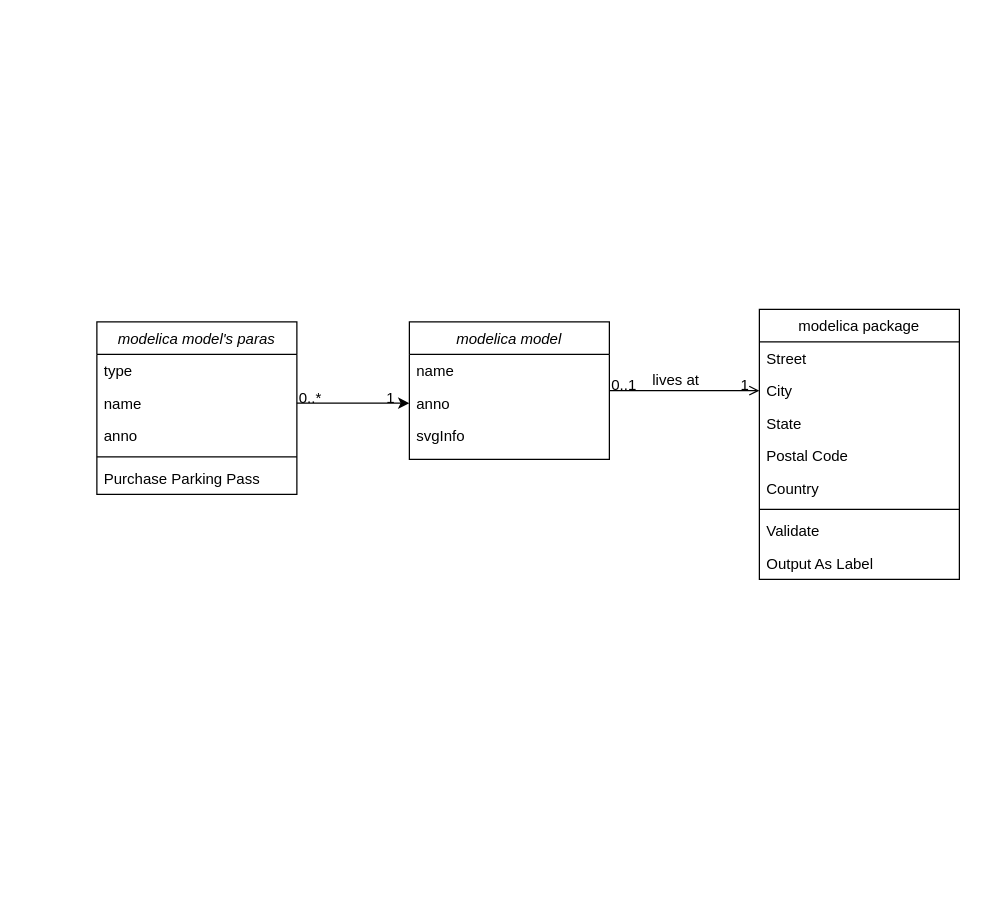
This is designInfo/未命名绘图.drawio from logic233/gojs-react-complex, a draw.io file, before an edit. Source tidied: cells renumbered, new cells numbered last; positions are measured from the earlier drawing's top-left corner, leaving out a move shared by most shapes. Both pictures are drawn from the tidied source at 125%, with x=0, y=0 at pixel (96, 309).
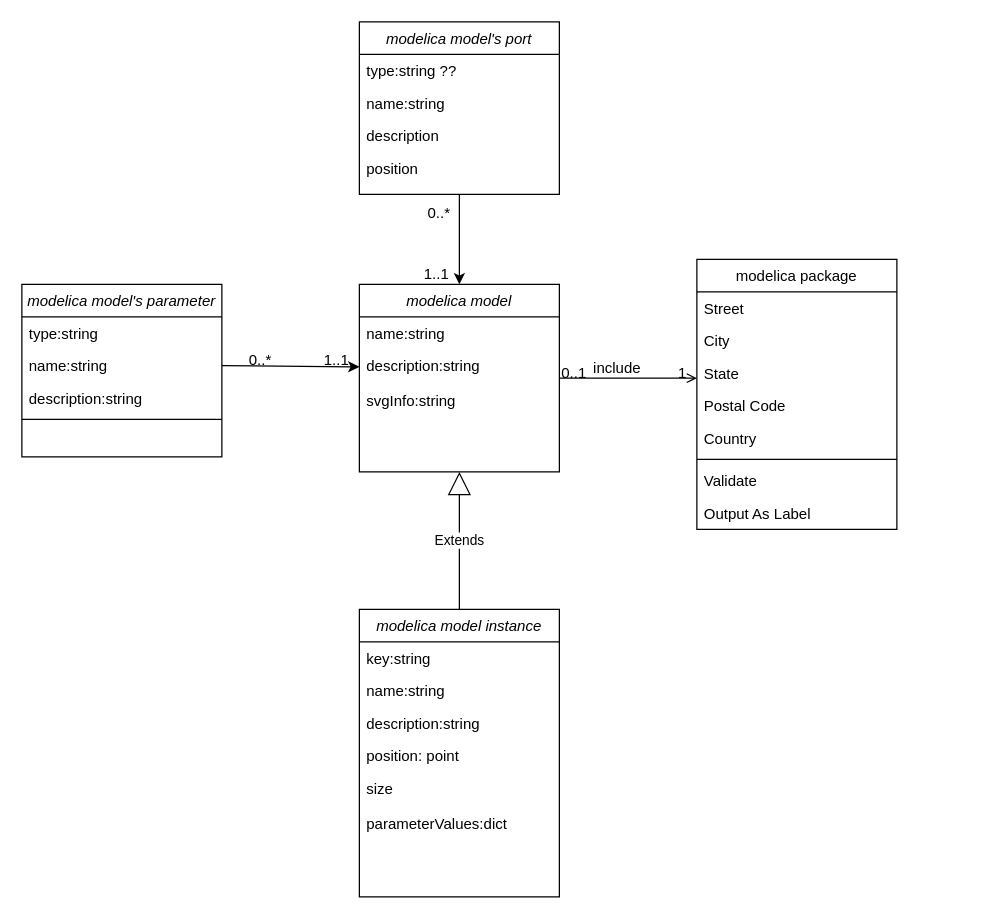
Above is the later version.

The change refers to these unchanged cells:
```xml
<mxCell id="15" style="endArrow=open;shadow=0;strokeWidth=1;rounded=0;endFill=1;edgeStyle=elbowEdgeStyle;elbow=vertical;" parent="1" edge="1" source="2" target="6">
  <mxGeometry x="0.5" y="41" relative="1" as="geometry">
    <mxPoint x="-40" y="32" as="offset" />
  </mxGeometry>
</mxCell>
```

Diff of the diagram source:
```diff
@@
     <mxCell id="2" value="modelica model" style="swimlane;fontStyle=2;align=center;verticalAlign=top;horizontal=1;startSize=26;rounded=0;shadow=0;strokeWidth=1;" parent="1" vertex="1">
-      <mxGeometry x="250" y="10" width="160" height="110" as="geometry" />
+      <mxGeometry x="210" y="-20" width="160" height="150" as="geometry" />
     </mxCell>
-    <mxCell id="3" value="name" style="text;align=left;verticalAlign=top;spacingLeft=4;spacingRight=4;overflow=hidden;" parent="2" vertex="1">
+    <mxCell id="3" value="name:string" style="text;align=left;verticalAlign=top;spacingLeft=4;spacingRight=4;overflow=hidden;" parent="2" vertex="1">
       <mxGeometry y="26" width="160" height="26" as="geometry" />
     </mxCell>
-    <mxCell id="4" value="anno" style="text;align=left;verticalAlign=top;spacingLeft=4;spacingRight=4;overflow=hidden;points=[[0,0.5],[1,0.5]];portConstraint=eastwest;rounded=0;shadow=0;html=0;" parent="2" vertex="1">
-      <mxGeometry y="52" width="160" height="26" as="geometry" />
+    <mxCell id="4" value="description:string" style="text;align=left;verticalAlign=top;spacingLeft=4;spacingRight=4;overflow=hidden;points=[[0,0.5],[1,0.5]];portConstraint=eastwest;rounded=0;shadow=0;html=0;" parent="2" vertex="1">
+      <mxGeometry y="52" width="160" height="28" as="geometry" />
     </mxCell>
-    <mxCell id="5" value="svgInfo" style="text;align=left;verticalAlign=top;spacingLeft=4;spacingRight=4;overflow=hidden;rounded=0;shadow=0;html=0;" parent="2" vertex="1">
-      <mxGeometry y="78" width="160" height="26" as="geometry" />
+    <mxCell id="5" value="svgInfo:string" style="text;align=left;verticalAlign=top;spacingLeft=4;spacingRight=4;overflow=hidden;rounded=0;shadow=0;html=0;" parent="2" vertex="1">
+      <mxGeometry y="80" width="160" height="26" as="geometry" />
     </mxCell>
     <mxCell id="6" value="modelica package" style="swimlane;fontStyle=0;align=center;verticalAlign=top;horizontal=1;startSize=26;rounded=0;shadow=0;strokeWidth=1;" parent="1" vertex="1">
-      <mxGeometry x="530" width="160" height="216" as="geometry" />
+      <mxGeometry x="480" y="-40" width="160" height="216" as="geometry" />
     </mxCell>
@@
-    <mxCell id="18" value="lives at" style="text;html=1;align=center;verticalAlign=middle;labelBackgroundColor=none;rounded=0;shadow=0;strokeWidth=1;fontSize=12;" parent="15" vertex="1">
+    <mxCell id="18" value="include" style="text;html=1;align=center;verticalAlign=middle;labelBackgroundColor=none;rounded=0;shadow=0;strokeWidth=1;fontSize=12;" parent="15" vertex="1">
       <mxGeometry x="0.5" y="49" relative="1" as="geometry">
         <mxPoint x="-38" y="40" as="offset" />
       </mxGeometry>
     </mxCell>
-    <mxCell id="19" value="modelica model's paras" style="swimlane;fontStyle=2;align=center;verticalAlign=top;horizontal=1;startSize=26;rounded=0;shadow=0;strokeWidth=1;" parent="1" vertex="1">
-      <mxGeometry y="10" width="160" height="138" as="geometry" />
+    <mxCell id="19" value="modelica model's parameter" style="swimlane;fontStyle=2;align=center;verticalAlign=top;horizontal=1;startSize=26;rounded=0;shadow=0;strokeWidth=1;" parent="1" vertex="1">
+      <mxGeometry x="-60" y="-20" width="160" height="138" as="geometry" />
     </mxCell>
-    <mxCell id="20" value="type" style="text;align=left;verticalAlign=top;spacingLeft=4;spacingRight=4;overflow=hidden;" parent="19" vertex="1">
+    <mxCell id="20" value="type:string" style="text;align=left;verticalAlign=top;spacingLeft=4;spacingRight=4;overflow=hidden;" parent="19" vertex="1">
       <mxGeometry y="26" width="160" height="26" as="geometry" />
     </mxCell>
-    <mxCell id="21" value="name" style="text;align=left;verticalAlign=top;spacingLeft=4;spacingRight=4;overflow=hidden;points=[[0,0.5],[1,0.5]];portConstraint=eastwest;rounded=0;shadow=0;html=0;" parent="19" vertex="1">
+    <mxCell id="21" value="name:string" style="text;align=left;verticalAlign=top;spacingLeft=4;spacingRight=4;overflow=hidden;points=[[0,0.5],[1,0.5]];portConstraint=eastwest;rounded=0;shadow=0;html=0;" parent="19" vertex="1">
       <mxGeometry y="52" width="160" height="26" as="geometry" />
     </mxCell>
-    <mxCell id="22" value="anno" style="text;align=left;verticalAlign=top;spacingLeft=4;spacingRight=4;overflow=hidden;rounded=0;shadow=0;html=0;" parent="19" vertex="1">
+    <mxCell id="22" value="description:string" style="text;align=left;verticalAlign=top;spacingLeft=4;spacingRight=4;overflow=hidden;rounded=0;shadow=0;html=0;" parent="19" vertex="1">
       <mxGeometry y="78" width="160" height="26" as="geometry" />
     </mxCell>
@@
-    <mxCell id="24" value="Purchase Parking Pass" style="text;align=left;verticalAlign=top;spacingLeft=4;spacingRight=4;overflow=hidden;" parent="19" vertex="1">
-      <mxGeometry y="112" width="160" height="26" as="geometry" />
-    </mxCell>
@@
     <mxCell id="26" value="0..*" style="align=left;verticalAlign=bottom;labelBackgroundColor=none;fontSize=12;direction=south;" parent="1" vertex="1">
-      <mxGeometry x="160" y="79" as="geometry" />
+      <mxGeometry x="120" y="49" as="geometry" />
     </mxCell>
-    <mxCell id="27" value="1" style="align=left;verticalAlign=bottom;labelBackgroundColor=none;fontSize=12;direction=south;" parent="1" vertex="1">
-      <mxGeometry x="230" y="79" as="geometry" />
-    </mxCell>
+    <mxCell id="28" value="1..1" style="align=left;verticalAlign=bottom;labelBackgroundColor=none;fontSize=12;direction=south;" parent="1" vertex="1">
+      <mxGeometry x="180" y="49" as="geometry" />
+    </mxCell>
+    <mxCell id="29" style="edgeStyle=orthogonalEdgeStyle;rounded=0;jettySize=auto;html=1;exitX=0.5;exitY=1;exitDx=0;exitDy=0;entryX=0.5;entryY=0;entryDx=0;entryDy=0;" parent="1" edge="1" source="30" target="2">
+      <mxGeometry relative="1" as="geometry" />
+    </mxCell>
+    <mxCell id="30" value="modelica model's port" style="swimlane;fontStyle=2;align=center;verticalAlign=top;horizontal=1;startSize=26;rounded=0;shadow=0;strokeWidth=1;" parent="1" vertex="1">
+      <mxGeometry x="210" y="-230" width="160" height="138" as="geometry" />
+    </mxCell>
+    <mxCell id="31" value="type:string ??" style="text;align=left;verticalAlign=top;spacingLeft=4;spacingRight=4;overflow=hidden;" parent="30" vertex="1">
+      <mxGeometry y="26" width="160" height="26" as="geometry" />
+    </mxCell>
+    <mxCell id="32" value="name:string" style="text;align=left;verticalAlign=top;spacingLeft=4;spacingRight=4;overflow=hidden;rounded=0;shadow=0;html=0;" parent="30" vertex="1">
+      <mxGeometry y="52" width="160" height="26" as="geometry" />
+    </mxCell>
+    <mxCell id="33" value="description" style="text;align=left;verticalAlign=top;spacingLeft=4;spacingRight=4;overflow=hidden;rounded=0;shadow=0;html=0;" parent="30" vertex="1">
+      <mxGeometry y="78" width="160" height="26" as="geometry" />
+    </mxCell>
+    <mxCell id="34" value="position" style="text;align=left;verticalAlign=top;spacingLeft=4;spacingRight=4;overflow=hidden;rounded=0;shadow=0;html=0;" parent="30" vertex="1">
+      <mxGeometry y="104" width="160" height="26" as="geometry" />
+    </mxCell>
+    <mxCell id="35" value="0..*" style="align=left;verticalAlign=bottom;labelBackgroundColor=none;fontSize=12;direction=south;" parent="1" vertex="1">
+      <mxGeometry x="260" y="-70" as="geometry">
+        <mxPoint x="3" y="1" as="offset" />
+      </mxGeometry>
+    </mxCell>
+    <mxCell id="36" value="1..1" style="align=left;verticalAlign=bottom;labelBackgroundColor=none;fontSize=12;direction=south;" parent="1" vertex="1">
+      <mxGeometry x="260" y="-20" as="geometry" />
+    </mxCell>
+    <mxCell id="37" value="Extends" style="endArrow=block;endSize=16;endFill=0;html=1;rounded=0;entryX=0.5;entryY=1;entryDx=0;entryDy=0;exitX=0.5;exitY=0;exitDx=0;exitDy=0;" parent="1" edge="1" source="38" target="2">
+      <mxGeometry relative="1" as="geometry" />
+    </mxCell>
+    <mxCell id="38" value="modelica model instance" style="swimlane;fontStyle=2;align=center;verticalAlign=top;horizontal=1;startSize=26;rounded=0;shadow=0;strokeWidth=1;" parent="1" vertex="1">
+      <mxGeometry x="210" y="240" width="160" height="230" as="geometry" />
+    </mxCell>
+    <mxCell id="39" value="key:string" style="text;align=left;verticalAlign=top;spacingLeft=4;spacingRight=4;overflow=hidden;" parent="38" vertex="1">
+      <mxGeometry y="26" width="160" height="26" as="geometry" />
+    </mxCell>
+    <mxCell id="40" value="name:string" style="text;align=left;verticalAlign=top;spacingLeft=4;spacingRight=4;overflow=hidden;rounded=0;shadow=0;html=0;" parent="38" vertex="1">
+      <mxGeometry y="52" width="160" height="26" as="geometry" />
+    </mxCell>
+    <mxCell id="41" value="description:string" style="text;align=left;verticalAlign=top;spacingLeft=4;spacingRight=4;overflow=hidden;rounded=0;shadow=0;html=0;" parent="38" vertex="1">
+      <mxGeometry y="78" width="160" height="26" as="geometry" />
+    </mxCell>
+    <mxCell id="42" value="position: point" style="text;align=left;verticalAlign=top;spacingLeft=4;spacingRight=4;overflow=hidden;rounded=0;shadow=0;html=0;" parent="38" vertex="1">
+      <mxGeometry y="104" width="160" height="26" as="geometry" />
+    </mxCell>
+    <mxCell id="43" value="size" style="text;align=left;verticalAlign=top;spacingLeft=4;spacingRight=4;overflow=hidden;rounded=0;shadow=0;html=0;" parent="38" vertex="1">
+      <mxGeometry y="130" width="160" height="28" as="geometry" />
+    </mxCell>
+    <mxCell id="44" value="parameterValues:dict" style="text;align=left;verticalAlign=top;spacingLeft=4;spacingRight=4;overflow=hidden;rounded=0;shadow=0;html=0;" parent="38" vertex="1">
+      <mxGeometry y="158" width="160" height="28" as="geometry" />
+    </mxCell>
```
